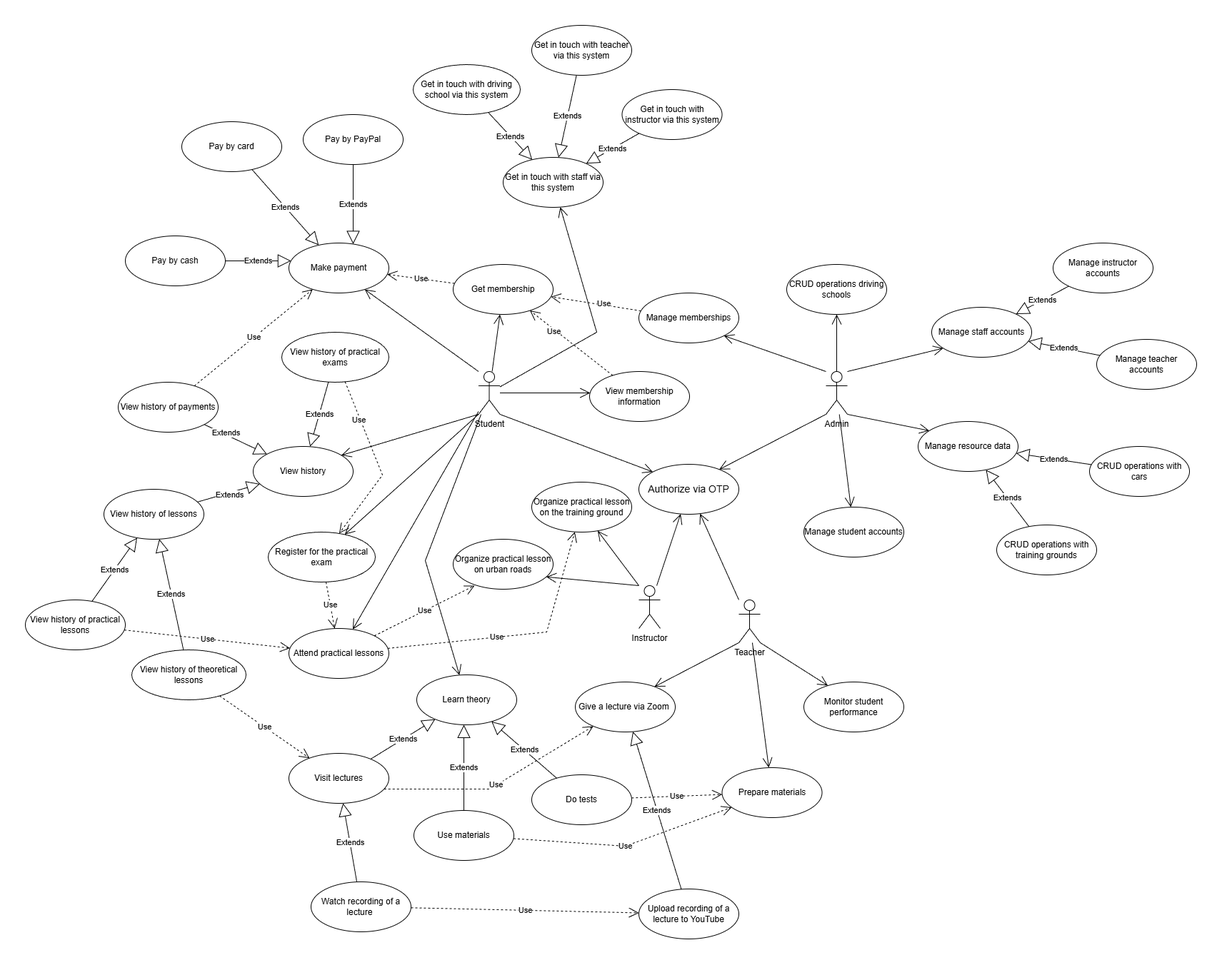
The draw.io diagram Lab 2/Use case diagram.png in KyryloBB/Software-engineering-components, before a commit. Source tidied: cells renumbered, new cells last; positions are measured from the earlier drawing's top-left corner, leaving out a move shared by most shapes.
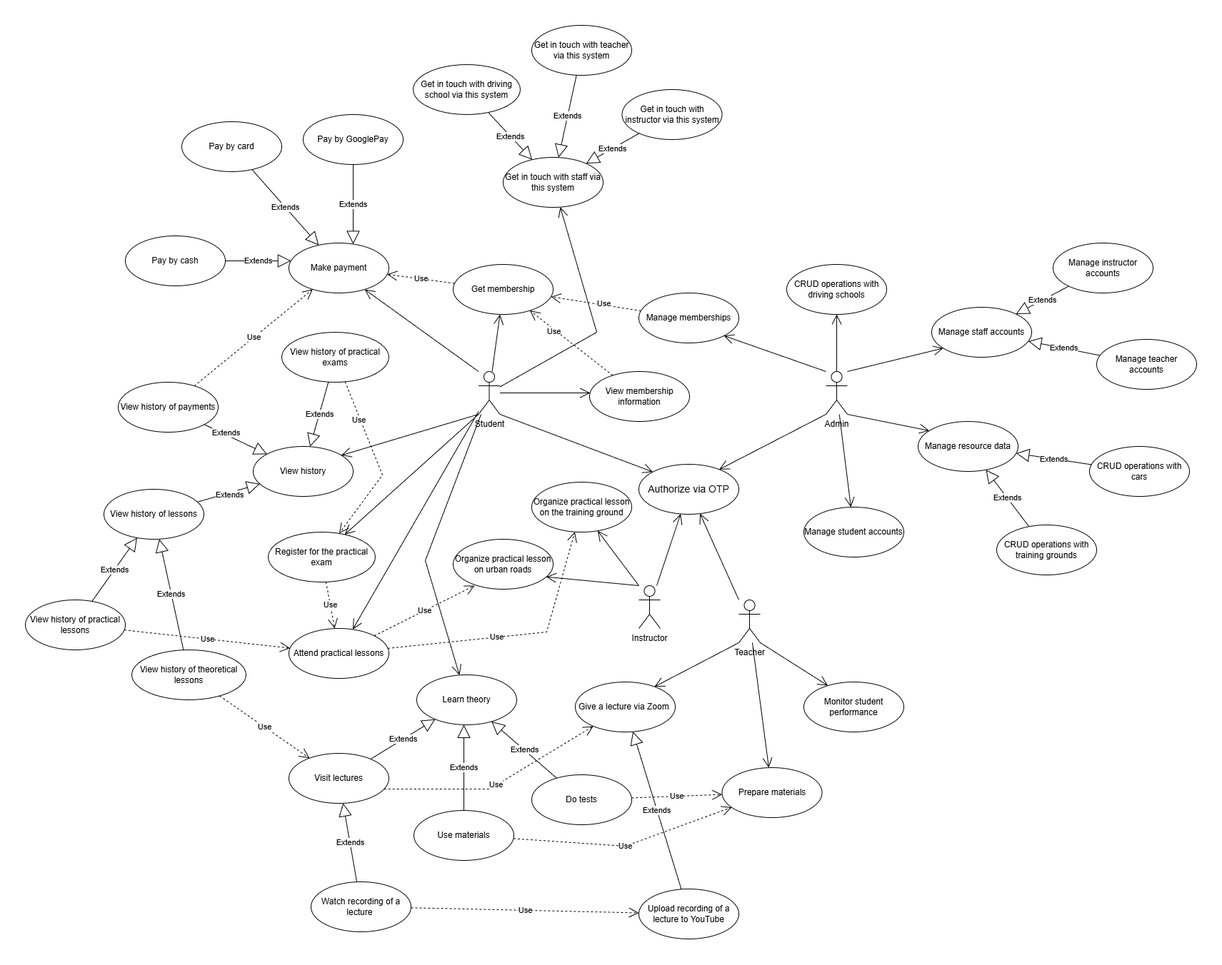
The same file after the commit.

Commit message:
changed make payment in usecase diagram

Diff of the diagram source:
```diff
@@ -26,7 +26,7 @@
     <mxCell id="9" value="Get in touch with staff via this system" style="ellipse;whiteSpace=wrap;html=1;" parent="1" vertex="1">
       <mxGeometry x="669" y="185" width="140" height="70" as="geometry" />
     </mxCell>
-    <mxCell id="10" value="Pay by PayPal" style="ellipse;whiteSpace=wrap;html=1;" parent="1" vertex="1">
+    <mxCell id="10" value="Pay by GooglePay" style="ellipse;whiteSpace=wrap;html=1;" parent="1" vertex="1">
       <mxGeometry x="389" y="125" width="140" height="70" as="geometry" />
     </mxCell>
     <mxCell id="11" value="Pay by card" style="ellipse;whiteSpace=wrap;html=1;" parent="1" vertex="1">
@@ -159,7 +159,7 @@
     <mxCell id="52" value="Admin" style="shape=umlActor;verticalLabelPosition=bottom;verticalAlign=top;html=1;" parent="1" vertex="1">
       <mxGeometry x="1121" y="485" width="30" height="60" as="geometry" />
     </mxCell>
-    <mxCell id="53" value="CRUD operations driving schools" style="ellipse;whiteSpace=wrap;html=1;" parent="1" vertex="1">
+    <mxCell id="53" value="CRUD operations with driving schools" style="ellipse;whiteSpace=wrap;html=1;" parent="1" vertex="1">
       <mxGeometry x="1066" y="335" width="140" height="70" as="geometry" />
     </mxCell>
     <mxCell id="54" value="Manage student accounts" style="ellipse;whiteSpace=wrap;html=1;" parent="1" vertex="1">
```
